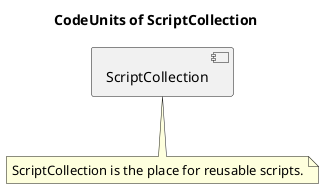
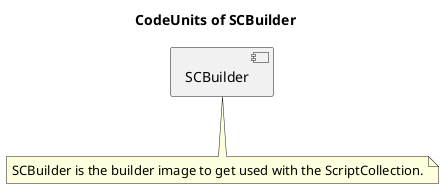
@startuml CodeUnits-Overview
- title CodeUnits of ScriptCollection
+ title CodeUnits of SCBuilder

- [ScriptCollection]
- note as ScriptCollectionNote
-   ScriptCollection is the place for reusable scripts.
+ [SCBuilder]
+ note as SCBuilderNote
+   SCBuilder is the builder image to get used with the ScriptCollection.
end note
- ScriptCollection .. ScriptCollectionNote
+ SCBuilder .. SCBuilderNote


@enduml